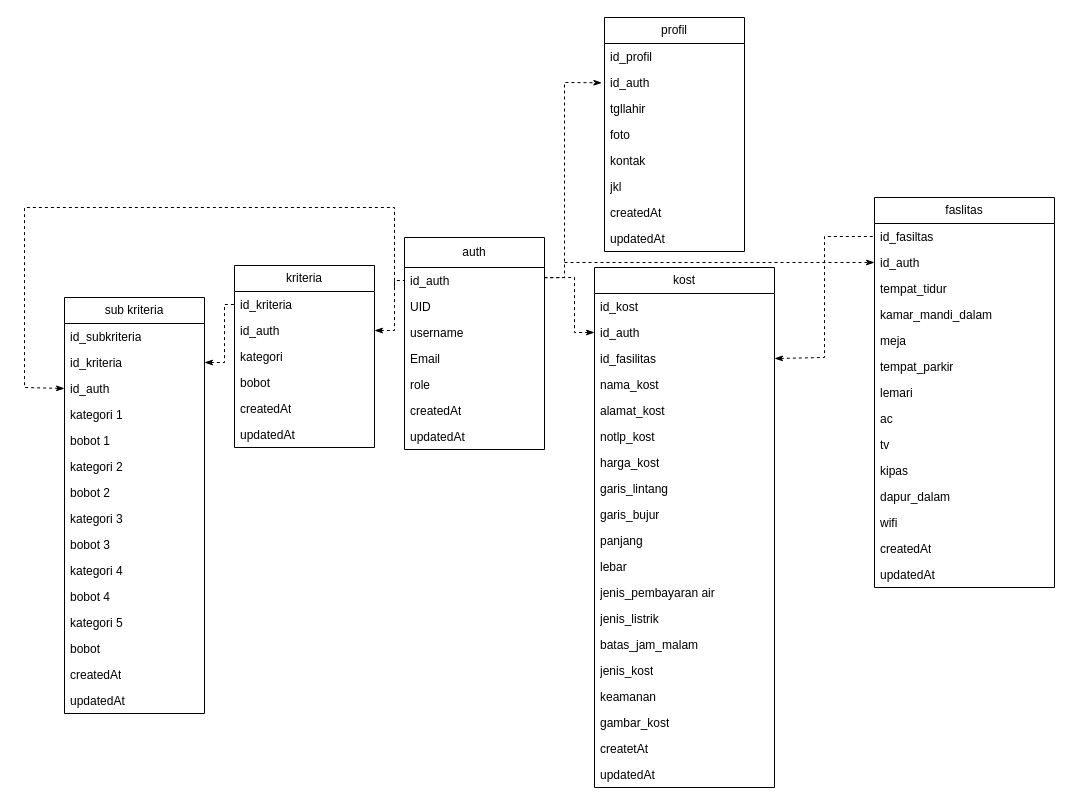
HANNN-YOLO/skripsi keeps this draw.io diagram as page "Class Diagram" (1 of 2) of class digaram.drawio. Above is the earlier version. Source tidied: cells renumbered, new cells numbered last; positions are measured from the earlier drawing's top-left corner, leaving out a move shared by most shapes. Both pictures are drawn from the tidied source at 100%, with x=0, y=0 at pixel (24, 17).
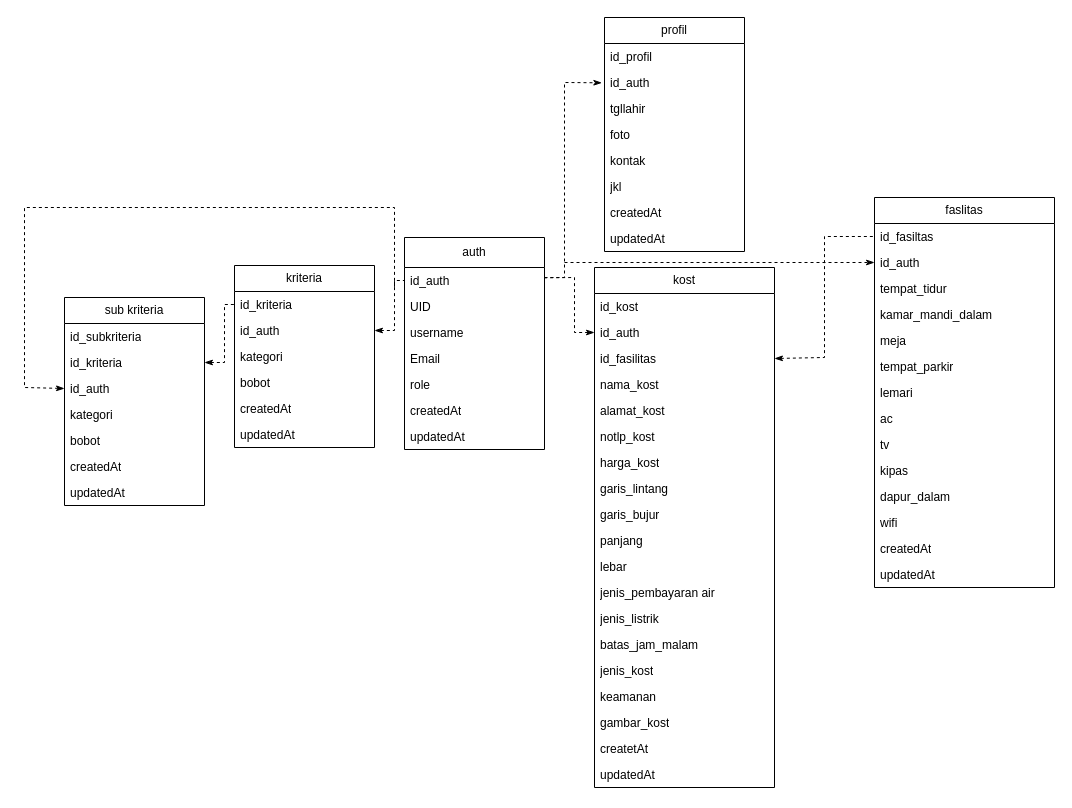
After the change.

Change to the diagram source:
```diff
@@
     <mxCell id="61" value="sub kriteria" style="swimlane;fontStyle=0;horizontal=1;startSize=26;fillColor=none;whiteSpace=wrap;html=1;" parent="1" vertex="1">
-      <mxGeometry x="40" y="280" width="140" height="416" as="geometry" />
+      <mxGeometry x="40" y="280" width="140" height="208" as="geometry" />
     </mxCell>
@@
-    <mxCell id="65" value="kategori 1" style="text;strokeColor=none;fillColor=none;align=left;verticalAlign=top;spacingLeft=4;spacingRight=4;overflow=hidden;whiteSpace=wrap;html=1;" parent="61" vertex="1">
+    <mxCell id="65" value="kategori&lt;div&gt;&lt;br&gt;&lt;/div&gt;" style="text;strokeColor=none;fillColor=none;align=left;verticalAlign=top;spacingLeft=4;spacingRight=4;overflow=hidden;whiteSpace=wrap;html=1;" parent="61" vertex="1">
       <mxGeometry y="104" width="140" height="26" as="geometry" />
     </mxCell>
-    <mxCell id="66" value="bobot 1&amp;nbsp;" style="text;strokeColor=none;fillColor=none;align=left;verticalAlign=top;spacingLeft=4;spacingRight=4;overflow=hidden;whiteSpace=wrap;html=1;" parent="61" vertex="1">
-      <mxGeometry y="130" width="140" height="26" as="geometry" />
-    </mxCell>
-    <mxCell id="67" value="kategori 2&amp;nbsp;" style="text;strokeColor=none;fillColor=none;align=left;verticalAlign=top;spacingLeft=4;spacingRight=4;overflow=hidden;whiteSpace=wrap;html=1;" parent="61" vertex="1">
-      <mxGeometry y="156" width="140" height="26" as="geometry" />
-    </mxCell>
-    <mxCell id="68" value="bobot 2" style="text;strokeColor=none;fillColor=none;align=left;verticalAlign=top;spacingLeft=4;spacingRight=4;overflow=hidden;whiteSpace=wrap;html=1;" parent="61" vertex="1">
-      <mxGeometry y="182" width="140" height="26" as="geometry" />
-    </mxCell>
-    <mxCell id="69" value="kategori 3" style="text;strokeColor=none;fillColor=none;align=left;verticalAlign=top;spacingLeft=4;spacingRight=4;overflow=hidden;whiteSpace=wrap;html=1;" parent="61" vertex="1">
-      <mxGeometry y="208" width="140" height="26" as="geometry" />
-    </mxCell>
-    <mxCell id="70" value="bobot 3&amp;nbsp;" style="text;strokeColor=none;fillColor=none;align=left;verticalAlign=top;spacingLeft=4;spacingRight=4;overflow=hidden;whiteSpace=wrap;html=1;" parent="61" vertex="1">
-      <mxGeometry y="234" width="140" height="26" as="geometry" />
-    </mxCell>
-    <mxCell id="71" value="kategori 4&amp;nbsp;" style="text;strokeColor=none;fillColor=none;align=left;verticalAlign=top;spacingLeft=4;spacingRight=4;overflow=hidden;whiteSpace=wrap;html=1;" parent="61" vertex="1">
-      <mxGeometry y="260" width="140" height="26" as="geometry" />
-    </mxCell>
-    <mxCell id="72" value="bobot 4&amp;nbsp;" style="text;strokeColor=none;fillColor=none;align=left;verticalAlign=top;spacingLeft=4;spacingRight=4;overflow=hidden;whiteSpace=wrap;html=1;" parent="61" vertex="1">
-      <mxGeometry y="286" width="140" height="26" as="geometry" />
-    </mxCell>
-    <mxCell id="73" value="kategori 5&amp;nbsp;" style="text;strokeColor=none;fillColor=none;align=left;verticalAlign=top;spacingLeft=4;spacingRight=4;overflow=hidden;whiteSpace=wrap;html=1;" parent="61" vertex="1">
-      <mxGeometry y="312" width="140" height="26" as="geometry" />
-    </mxCell>
     <mxCell id="74" value="bobot&amp;nbsp;" style="text;strokeColor=none;fillColor=none;align=left;verticalAlign=top;spacingLeft=4;spacingRight=4;overflow=hidden;whiteSpace=wrap;html=1;" parent="61" vertex="1">
-      <mxGeometry y="338" width="140" height="26" as="geometry" />
+      <mxGeometry y="130" width="140" height="26" as="geometry" />
     </mxCell>
     <mxCell id="75" value="createdAt" style="text;strokeColor=none;fillColor=none;align=left;verticalAlign=top;spacingLeft=4;spacingRight=4;overflow=hidden;whiteSpace=wrap;html=1;" parent="61" vertex="1">
-      <mxGeometry y="364" width="140" height="26" as="geometry" />
+      <mxGeometry y="156" width="140" height="26" as="geometry" />
     </mxCell>
     <mxCell id="76" value="updatedAt" style="text;strokeColor=none;fillColor=none;align=left;verticalAlign=top;spacingLeft=4;spacingRight=4;overflow=hidden;whiteSpace=wrap;html=1;" parent="61" vertex="1">
-      <mxGeometry y="390" width="140" height="26" as="geometry" />
+      <mxGeometry y="182" width="140" height="26" as="geometry" />
     </mxCell>
```
